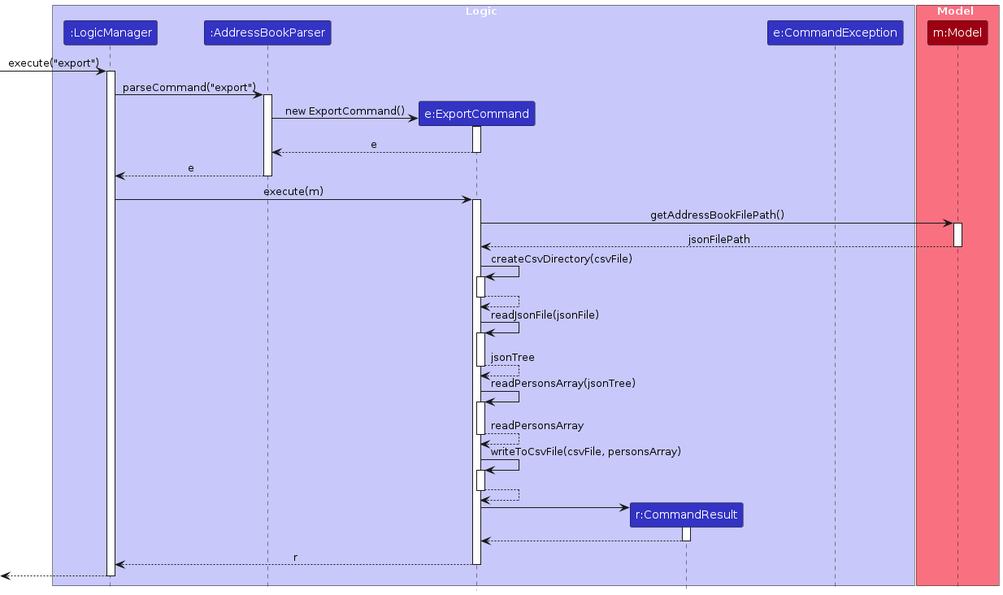
This is diagrams/ExportSequenceDiagram.png from AY2324S2-CS2103T-T10-1/tp, a PlantUML export, as it was before one commit. Its source is kept beside it as diagrams/ExportSequenceDiagram.puml. Source of this version:
```plantuml
@startuml
!include style.puml
skinparam ArrowFontStyle plain

box Logic LOGIC_COLOR_T1
participant ":LogicManager" as LogicManager LOGIC_COLOR
participant ":AddressBookParser" as AddressBookParser LOGIC_COLOR
participant "e:ExportCommand" as ExportCommand LOGIC_COLOR
participant "r:CommandResult" as CommandResult LOGIC_COLOR
participant "e:CommandException" as CommandException LOGIC_COLOR
end box

box Model MODEL_COLOR_T1
participant "m:Model" as Model MODEL_COLOR
end box

[-> LogicManager : execute("export")
activate LogicManager

LogicManager -> AddressBookParser : parseCommand("export")
activate AddressBookParser

create ExportCommand
AddressBookParser -> ExportCommand : new ExportCommand()
activate ExportCommand

ExportCommand --> AddressBookParser : e
deactivate ExportCommand

AddressBookParser --> LogicManager : e
deactivate AddressBookParser

LogicManager -> ExportCommand : execute(m)
activate ExportCommand

ExportCommand -> Model : getAddressBookFilePath()
activate Model

Model --> ExportCommand : jsonFilePath
deactivate Model

ExportCommand -> ExportCommand : createCsvDirectory(csvFile)
activate ExportCommand

ExportCommand --> ExportCommand
deactivate ExportCommand

ExportCommand -> ExportCommand : readJsonFile(jsonFile)
activate ExportCommand

ExportCommand --> ExportCommand : jsonTree
deactivate ExportCommand

ExportCommand -> ExportCommand : readPersonsArray(jsonTree)
activate ExportCommand

ExportCommand --> ExportCommand : readPersonsArray
deactivate ExportCommand

ExportCommand -> ExportCommand : writeToCsvFile(csvFile, personsArray)
activate ExportCommand

ExportCommand --> ExportCommand
deactivate ExportCommand

create CommandResult
ExportCommand -> CommandResult
activate CommandResult

CommandResult --> ExportCommand
deactivate CommandResult

ExportCommand --> LogicManager : r
deactivate ExportCommand

[<--LogicManager
deactivate LogicManager
@enduml
```
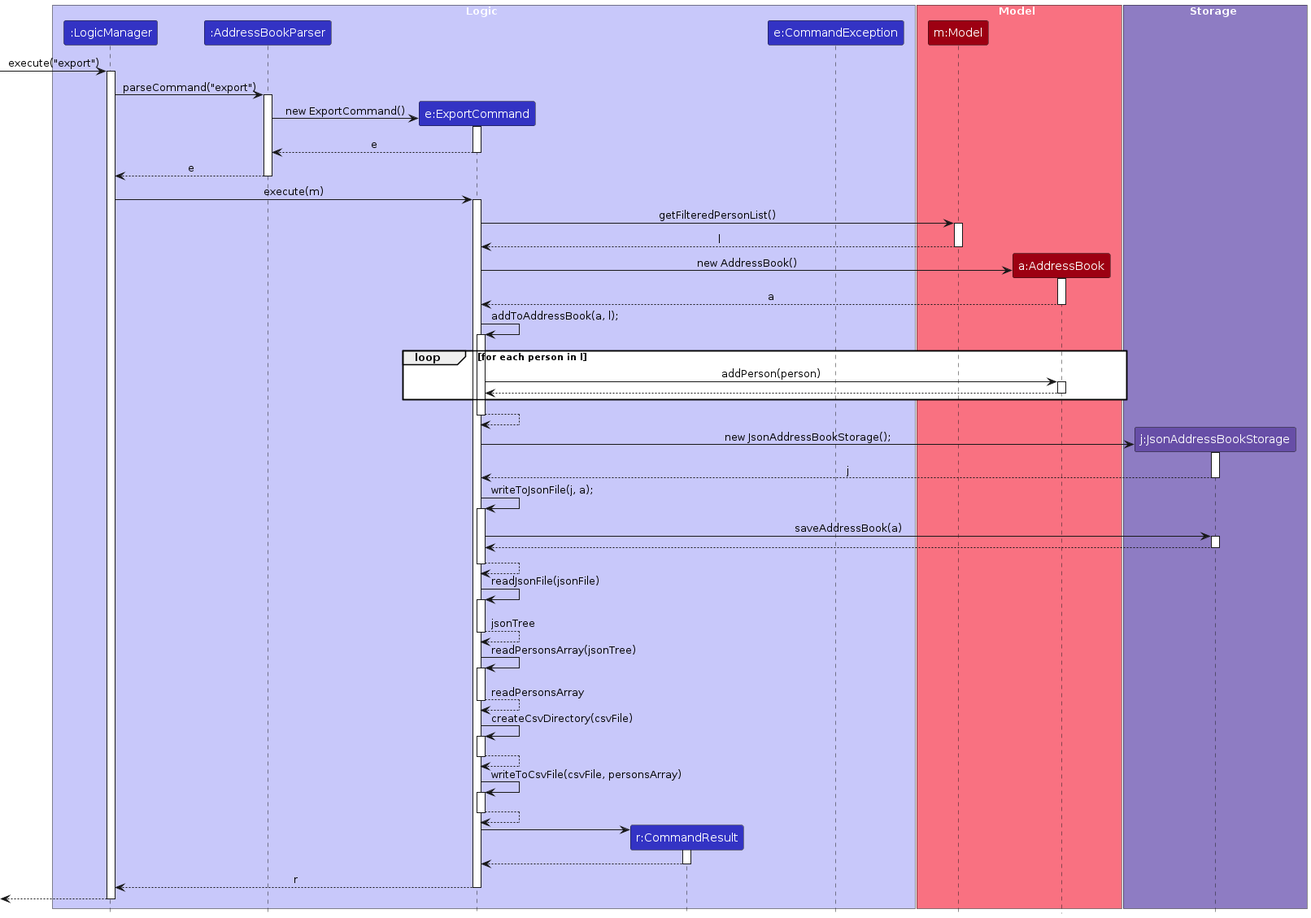
The same file after the commit.

The edit, as a diff of the source:
```diff
@@ -12,6 +12,11 @@
 
 box Model MODEL_COLOR_T1
 participant "m:Model" as Model MODEL_COLOR
+participant "a:AddressBook" as AddressBook MODEL_COLOR
+end box
+
+box Storage STORAGE_COLOR_T1
+participant "j:JsonAddressBookStorage" as JsonAddressBookStorage STORAGE_COLOR
 end box
 
 [-> LogicManager : execute("export")
@@ -33,14 +38,50 @@
 LogicManager -> ExportCommand : execute(m)
 activate ExportCommand
 
-ExportCommand -> Model : getAddressBookFilePath()
+ExportCommand -> Model : getFilteredPersonList()
 activate Model
 
-Model --> ExportCommand : jsonFilePath
+Model --> ExportCommand : l
 deactivate Model
 
-ExportCommand -> ExportCommand : createCsvDirectory(csvFile)
+create AddressBook
+ExportCommand -> AddressBook : new AddressBook()
+activate AddressBook
+
+AddressBook --> ExportCommand : a
+deactivate AddressBook
+
+ExportCommand -> ExportCommand : addToAddressBook(a, l);
 activate ExportCommand
+
+loop for each person in l
+
+    ExportCommand -> AddressBook : addPerson(person)
+    activate AddressBook
+
+    AddressBook --> ExportCommand
+    deactivate AddressBook
+
+end
+
+ExportCommand --> ExportCommand
+deactivate ExportCommand
+
+create JsonAddressBookStorage
+ExportCommand -> JsonAddressBookStorage : new JsonAddressBookStorage();
+activate JsonAddressBookStorage
+
+JsonAddressBookStorage --> ExportCommand : j
+deactivate JsonAddressBookStorage
+
+ExportCommand -> ExportCommand : writeToJsonFile(j, a);
+activate ExportCommand
+
+ExportCommand -> JsonAddressBookStorage : saveAddressBook(a)
+activate JsonAddressBookStorage
+
+JsonAddressBookStorage --> ExportCommand
+deactivate JsonAddressBookStorage
 
 ExportCommand --> ExportCommand
 deactivate ExportCommand
@@ -55,6 +96,12 @@
 activate ExportCommand
 
 ExportCommand --> ExportCommand : readPersonsArray
+deactivate ExportCommand
+
+ExportCommand -> ExportCommand : createCsvDirectory(csvFile)
+activate ExportCommand
+
+ExportCommand --> ExportCommand
 deactivate ExportCommand
 
 ExportCommand -> ExportCommand : writeToCsvFile(csvFile, personsArray)
```
